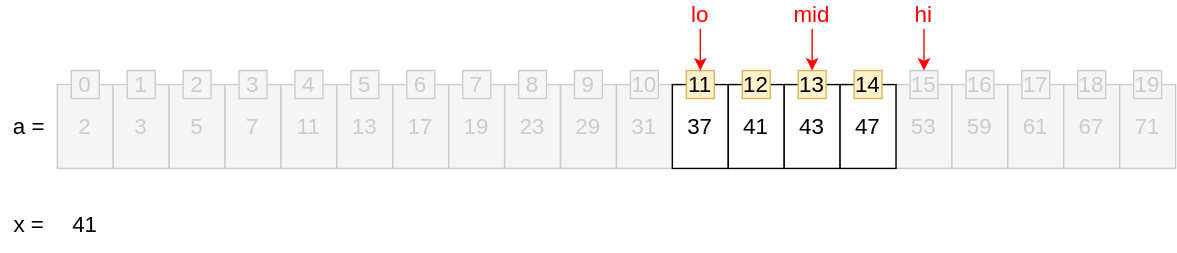
Before: img/algorithm/algorithm-1081-01-01-06.svg, a diagram exported from draw.io (zininote/zininote.github.io-old-). Source tidied: cells renumbered, new cells last; positions are measured from the earlier drawing's top-left corner, leaving out a move shared by most shapes. Source of this version:
```xml
<mxGraphModel>
  <root>
    <mxCell id="0" />
    <mxCell id="1" parent="0" />
    <mxCell id="2" value="2" style="rounded=0;whiteSpace=wrap;html=1;fontSize=16;fillColor=#f5f5f5;strokeColor=#CCCCCC;fontColor=#CCCCCC;" parent="1" vertex="1">
      <mxGeometry x="40" y="60" width="40" height="60" as="geometry" />
    </mxCell>
    <mxCell id="3" value="3" style="rounded=0;whiteSpace=wrap;html=1;fontSize=16;fillColor=#f5f5f5;strokeColor=#CCCCCC;fontColor=#CCCCCC;" parent="1" vertex="1">
      <mxGeometry x="80" y="60" width="40" height="60" as="geometry" />
    </mxCell>
    <mxCell id="4" value="5" style="rounded=0;whiteSpace=wrap;html=1;fontSize=16;fillColor=#f5f5f5;strokeColor=#CCCCCC;fontColor=#CCCCCC;" parent="1" vertex="1">
      <mxGeometry x="120" y="60" width="40" height="60" as="geometry" />
    </mxCell>
    <mxCell id="5" value="7" style="rounded=0;whiteSpace=wrap;html=1;fontSize=16;fillColor=#f5f5f5;strokeColor=#CCCCCC;fontColor=#CCCCCC;" parent="1" vertex="1">
      <mxGeometry x="160" y="60" width="40" height="60" as="geometry" />
    </mxCell>
    <mxCell id="6" value="11" style="rounded=0;whiteSpace=wrap;html=1;fontSize=16;fillColor=#f5f5f5;strokeColor=#CCCCCC;fontColor=#CCCCCC;" parent="1" vertex="1">
      <mxGeometry x="200" y="60" width="40" height="60" as="geometry" />
    </mxCell>
    <mxCell id="7" value="13" style="rounded=0;whiteSpace=wrap;html=1;fontSize=16;fillColor=#f5f5f5;strokeColor=#CCCCCC;fontColor=#CCCCCC;" parent="1" vertex="1">
      <mxGeometry x="240" y="60" width="40" height="60" as="geometry" />
    </mxCell>
    <mxCell id="8" value="17" style="rounded=0;whiteSpace=wrap;html=1;fontSize=16;fillColor=#f5f5f5;strokeColor=#CCCCCC;fontColor=#CCCCCC;" parent="1" vertex="1">
      <mxGeometry x="280" y="60" width="40" height="60" as="geometry" />
    </mxCell>
    <mxCell id="9" value="19" style="rounded=0;whiteSpace=wrap;html=1;fontSize=16;fillColor=#f5f5f5;strokeColor=#CCCCCC;fontColor=#CCCCCC;" parent="1" vertex="1">
      <mxGeometry x="320" y="60" width="40" height="60" as="geometry" />
    </mxCell>
    <mxCell id="10" value="23" style="rounded=0;whiteSpace=wrap;html=1;fontSize=16;fillColor=#f5f5f5;strokeColor=#CCCCCC;fontColor=#CCCCCC;" parent="1" vertex="1">
      <mxGeometry x="360" y="60" width="40" height="60" as="geometry" />
    </mxCell>
    <mxCell id="11" value="29" style="rounded=0;whiteSpace=wrap;html=1;fontSize=16;fillColor=#f5f5f5;strokeColor=#CCCCCC;fontColor=#CCCCCC;" parent="1" vertex="1">
      <mxGeometry x="400" y="60" width="40" height="60" as="geometry" />
    </mxCell>
    <mxCell id="12" value="31" style="rounded=0;whiteSpace=wrap;html=1;fontSize=16;fillColor=#f5f5f5;strokeColor=#CCCCCC;fontColor=#CCCCCC;" parent="1" vertex="1">
      <mxGeometry x="440" y="60" width="40" height="60" as="geometry" />
    </mxCell>
    <mxCell id="13" value="37" style="rounded=0;whiteSpace=wrap;html=1;fontSize=16;" parent="1" vertex="1">
      <mxGeometry x="480" y="60" width="40" height="60" as="geometry" />
    </mxCell>
    <mxCell id="14" value="41" style="rounded=0;whiteSpace=wrap;html=1;fontSize=16;" parent="1" vertex="1">
      <mxGeometry x="520" y="60" width="40" height="60" as="geometry" />
    </mxCell>
    <mxCell id="15" value="43" style="rounded=0;whiteSpace=wrap;html=1;fontSize=16;" parent="1" vertex="1">
      <mxGeometry x="560" y="60" width="40" height="60" as="geometry" />
    </mxCell>
    <mxCell id="16" value="53" style="rounded=0;whiteSpace=wrap;html=1;fontSize=16;fillColor=#f5f5f5;strokeColor=#CCCCCC;fontColor=#CCCCCC;" parent="1" vertex="1">
      <mxGeometry x="640" y="60" width="40" height="60" as="geometry" />
    </mxCell>
    <mxCell id="17" value="59" style="rounded=0;whiteSpace=wrap;html=1;fontSize=16;fillColor=#f5f5f5;strokeColor=#CCCCCC;fontColor=#CCCCCC;" parent="1" vertex="1">
      <mxGeometry x="680" y="60" width="40" height="60" as="geometry" />
    </mxCell>
    <mxCell id="18" value="61" style="rounded=0;whiteSpace=wrap;html=1;fontSize=16;fillColor=#f5f5f5;strokeColor=#CCCCCC;fontColor=#CCCCCC;" parent="1" vertex="1">
      <mxGeometry x="720" y="60" width="40" height="60" as="geometry" />
    </mxCell>
    <mxCell id="19" value="67" style="rounded=0;whiteSpace=wrap;html=1;fontSize=16;fillColor=#f5f5f5;strokeColor=#CCCCCC;fontColor=#CCCCCC;" parent="1" vertex="1">
      <mxGeometry x="760" y="60" width="40" height="60" as="geometry" />
    </mxCell>
    <mxCell id="20" value="71" style="rounded=0;whiteSpace=wrap;html=1;fontSize=16;fillColor=#f5f5f5;strokeColor=#CCCCCC;fontColor=#CCCCCC;" parent="1" vertex="1">
      <mxGeometry x="800" y="60" width="40" height="60" as="geometry" />
    </mxCell>
    <mxCell id="21" value="a =" style="text;html=1;strokeColor=none;fillColor=none;align=center;verticalAlign=middle;whiteSpace=wrap;rounded=0;fontSize=16;" parent="1" vertex="1">
      <mxGeometry y="60" width="40" height="60" as="geometry" />
    </mxCell>
    <mxCell id="22" value="x =" style="text;html=1;strokeColor=none;fillColor=none;align=center;verticalAlign=middle;whiteSpace=wrap;rounded=0;fontSize=16;" parent="1" vertex="1">
      <mxGeometry y="140" width="40" height="40" as="geometry" />
    </mxCell>
    <mxCell id="23" value="41" style="text;html=1;strokeColor=none;fillColor=none;align=center;verticalAlign=middle;whiteSpace=wrap;rounded=0;fontSize=16;" parent="1" vertex="1">
      <mxGeometry x="40" y="140" width="40" height="40" as="geometry" />
    </mxCell>
    <mxCell id="24" value="&lt;span style=&quot;font-size: 16px&quot;&gt;0&lt;/span&gt;" style="text;html=1;fillColor=#f5f5f5;align=center;verticalAlign=middle;whiteSpace=wrap;rounded=0;strokeColor=#CCCCCC;fontColor=#CCCCCC;" parent="1" vertex="1">
      <mxGeometry x="50" y="50" width="20" height="20" as="geometry" />
    </mxCell>
    <mxCell id="25" value="&lt;span style=&quot;font-size: 16px&quot;&gt;1&lt;/span&gt;" style="text;html=1;fillColor=#f5f5f5;align=center;verticalAlign=middle;whiteSpace=wrap;rounded=0;strokeColor=#CCCCCC;fontColor=#CCCCCC;" parent="1" vertex="1">
      <mxGeometry x="90" y="50" width="20" height="20" as="geometry" />
    </mxCell>
    <mxCell id="26" value="&lt;span style=&quot;font-size: 16px&quot;&gt;2&lt;/span&gt;" style="text;html=1;fillColor=#f5f5f5;align=center;verticalAlign=middle;whiteSpace=wrap;rounded=0;strokeColor=#CCCCCC;fontColor=#CCCCCC;" parent="1" vertex="1">
      <mxGeometry x="130" y="50" width="20" height="20" as="geometry" />
    </mxCell>
    <mxCell id="27" value="&lt;span style=&quot;font-size: 16px&quot;&gt;3&lt;/span&gt;" style="text;html=1;fillColor=#f5f5f5;align=center;verticalAlign=middle;whiteSpace=wrap;rounded=0;strokeColor=#CCCCCC;fontColor=#CCCCCC;" parent="1" vertex="1">
      <mxGeometry x="170" y="50" width="20" height="20" as="geometry" />
    </mxCell>
    <mxCell id="28" value="&lt;span style=&quot;font-size: 16px&quot;&gt;4&lt;/span&gt;" style="text;html=1;fillColor=#f5f5f5;align=center;verticalAlign=middle;whiteSpace=wrap;rounded=0;strokeColor=#CCCCCC;fontColor=#CCCCCC;" parent="1" vertex="1">
      <mxGeometry x="210" y="50" width="20" height="20" as="geometry" />
    </mxCell>
    <mxCell id="29" value="&lt;span style=&quot;font-size: 16px&quot;&gt;5&lt;/span&gt;" style="text;html=1;fillColor=#f5f5f5;align=center;verticalAlign=middle;whiteSpace=wrap;rounded=0;strokeColor=#CCCCCC;fontColor=#CCCCCC;" parent="1" vertex="1">
      <mxGeometry x="250" y="50" width="20" height="20" as="geometry" />
    </mxCell>
    <mxCell id="30" value="&lt;span style=&quot;font-size: 16px&quot;&gt;6&lt;/span&gt;" style="text;html=1;fillColor=#f5f5f5;align=center;verticalAlign=middle;whiteSpace=wrap;rounded=0;strokeColor=#CCCCCC;fontColor=#CCCCCC;" parent="1" vertex="1">
      <mxGeometry x="290" y="50" width="20" height="20" as="geometry" />
    </mxCell>
    <mxCell id="31" value="&lt;span style=&quot;font-size: 16px&quot;&gt;7&lt;/span&gt;" style="text;html=1;fillColor=#f5f5f5;align=center;verticalAlign=middle;whiteSpace=wrap;rounded=0;strokeColor=#CCCCCC;fontColor=#CCCCCC;" parent="1" vertex="1">
      <mxGeometry x="330" y="50" width="20" height="20" as="geometry" />
    </mxCell>
    <mxCell id="32" value="&lt;span style=&quot;font-size: 16px&quot;&gt;8&lt;/span&gt;" style="text;html=1;fillColor=#f5f5f5;align=center;verticalAlign=middle;whiteSpace=wrap;rounded=0;strokeColor=#CCCCCC;fontColor=#CCCCCC;" parent="1" vertex="1">
      <mxGeometry x="370" y="50" width="20" height="20" as="geometry" />
    </mxCell>
    <mxCell id="33" value="&lt;span style=&quot;font-size: 16px&quot;&gt;9&lt;/span&gt;" style="text;html=1;fillColor=#f5f5f5;align=center;verticalAlign=middle;whiteSpace=wrap;rounded=0;strokeColor=#CCCCCC;fontColor=#CCCCCC;" parent="1" vertex="1">
      <mxGeometry x="410" y="50" width="20" height="20" as="geometry" />
    </mxCell>
    <mxCell id="34" value="&lt;span style=&quot;font-size: 16px&quot;&gt;10&lt;/span&gt;" style="text;html=1;fillColor=#f5f5f5;align=center;verticalAlign=middle;whiteSpace=wrap;rounded=0;strokeColor=#CCCCCC;fontColor=#CCCCCC;" parent="1" vertex="1">
      <mxGeometry x="450" y="50" width="20" height="20" as="geometry" />
    </mxCell>
    <mxCell id="35" value="&lt;span style=&quot;font-size: 16px&quot;&gt;11&lt;/span&gt;" style="text;html=1;strokeColor=#d6b656;fillColor=#fff2cc;align=center;verticalAlign=middle;whiteSpace=wrap;rounded=0;" parent="1" vertex="1">
      <mxGeometry x="490" y="50" width="20" height="20" as="geometry" />
    </mxCell>
    <mxCell id="36" value="&lt;span style=&quot;font-size: 16px&quot;&gt;12&lt;/span&gt;" style="text;html=1;strokeColor=#d6b656;fillColor=#fff2cc;align=center;verticalAlign=middle;whiteSpace=wrap;rounded=0;" parent="1" vertex="1">
      <mxGeometry x="530" y="50" width="20" height="20" as="geometry" />
    </mxCell>
    <mxCell id="37" value="&lt;span style=&quot;font-size: 16px&quot;&gt;13&lt;/span&gt;" style="text;html=1;strokeColor=#d6b656;fillColor=#fff2cc;align=center;verticalAlign=middle;whiteSpace=wrap;rounded=0;" parent="1" vertex="1">
      <mxGeometry x="570" y="50" width="20" height="20" as="geometry" />
    </mxCell>
    <mxCell id="38" value="&lt;span style=&quot;font-size: 16px&quot;&gt;15&lt;/span&gt;" style="text;html=1;fillColor=#f5f5f5;align=center;verticalAlign=middle;whiteSpace=wrap;rounded=0;strokeColor=#CCCCCC;fontColor=#CCCCCC;" parent="1" vertex="1">
      <mxGeometry x="650" y="50" width="20" height="20" as="geometry" />
    </mxCell>
    <mxCell id="39" value="&lt;span style=&quot;font-size: 16px&quot;&gt;16&lt;/span&gt;" style="text;html=1;fillColor=#f5f5f5;align=center;verticalAlign=middle;whiteSpace=wrap;rounded=0;strokeColor=#CCCCCC;fontColor=#CCCCCC;" parent="1" vertex="1">
      <mxGeometry x="690" y="50" width="20" height="20" as="geometry" />
    </mxCell>
    <mxCell id="40" value="&lt;span style=&quot;font-size: 16px&quot;&gt;17&lt;/span&gt;" style="text;html=1;fillColor=#f5f5f5;align=center;verticalAlign=middle;whiteSpace=wrap;rounded=0;strokeColor=#CCCCCC;fontColor=#CCCCCC;" parent="1" vertex="1">
      <mxGeometry x="730" y="50" width="20" height="20" as="geometry" />
    </mxCell>
    <mxCell id="41" value="&lt;span style=&quot;font-size: 16px&quot;&gt;18&lt;/span&gt;" style="text;html=1;fillColor=#f5f5f5;align=center;verticalAlign=middle;whiteSpace=wrap;rounded=0;strokeColor=#CCCCCC;fontColor=#CCCCCC;" parent="1" vertex="1">
      <mxGeometry x="770" y="50" width="20" height="20" as="geometry" />
    </mxCell>
    <mxCell id="42" value="&lt;span style=&quot;font-size: 16px&quot;&gt;19&lt;/span&gt;" style="text;html=1;fillColor=#f5f5f5;align=center;verticalAlign=middle;whiteSpace=wrap;rounded=0;strokeColor=#CCCCCC;fontColor=#CCCCCC;" parent="1" vertex="1">
      <mxGeometry x="810" y="50" width="20" height="20" as="geometry" />
    </mxCell>
    <mxCell id="43" style="edgeStyle=orthogonalEdgeStyle;rounded=0;jettySize=auto;html=1;exitX=0.5;exitY=1;exitDx=0;exitDy=0;entryX=0.5;entryY=0;entryDx=0;entryDy=0;strokeColor=#FF0000;fontSize=16;fontColor=#FF0000;" parent="1" edge="1" source="45" target="35">
      <mxGeometry relative="1" as="geometry" />
    </mxCell>
    <mxCell id="44" style="group;" parent="1" vertex="1">
      <mxGeometry x="480" width="40" height="20" as="geometry" />
    </mxCell>
    <mxCell id="45" value="lo" style="text;html=1;strokeColor=none;fillColor=none;align=center;verticalAlign=middle;whiteSpace=wrap;rounded=0;fontSize=16;fontColor=#FF0000;" parent="44" vertex="1">
      <mxGeometry width="40" height="20" as="geometry" />
    </mxCell>
    <mxCell id="46" style="edgeStyle=orthogonalEdgeStyle;rounded=0;jettySize=auto;html=1;exitX=0.5;exitY=1;exitDx=0;exitDy=0;entryX=0.5;entryY=0;entryDx=0;entryDy=0;fontSize=16;fontColor=#FF0000;strokeColor=#FF0000;" parent="1" edge="1" source="45">
      <mxGeometry relative="1" as="geometry" />
    </mxCell>
    <mxCell id="47" style="edgeStyle=orthogonalEdgeStyle;rounded=0;jettySize=auto;html=1;exitX=0.5;exitY=1;exitDx=0;exitDy=0;strokeColor=#FF0000;fontSize=16;fontColor=#FF0000;" parent="1" edge="1" source="48">
      <mxGeometry relative="1" as="geometry">
        <mxPoint x="660" y="50" as="targetPoint" />
      </mxGeometry>
    </mxCell>
    <mxCell id="48" value="hi" style="text;html=1;strokeColor=none;fillColor=none;align=center;verticalAlign=middle;whiteSpace=wrap;rounded=0;fontSize=16;fontColor=#FF0000;" parent="1" vertex="1">
      <mxGeometry x="640" width="40" height="20" as="geometry" />
    </mxCell>
    <mxCell id="49" value="47" style="rounded=0;whiteSpace=wrap;html=1;fontSize=16;" parent="1" vertex="1">
      <mxGeometry x="600" y="60" width="40" height="60" as="geometry" />
    </mxCell>
    <mxCell id="50" value="&lt;span style=&quot;font-size: 16px&quot;&gt;14&lt;/span&gt;" style="text;html=1;strokeColor=#d6b656;fillColor=#fff2cc;align=center;verticalAlign=middle;whiteSpace=wrap;rounded=0;" parent="1" vertex="1">
      <mxGeometry x="610" y="50" width="20" height="20" as="geometry" />
    </mxCell>
    <mxCell id="51" style="edgeStyle=orthogonalEdgeStyle;rounded=0;jettySize=auto;html=1;exitX=0.5;exitY=1;exitDx=0;exitDy=0;entryX=0.5;entryY=0;entryDx=0;entryDy=0;strokeColor=#FF0000;fontSize=16;fontColor=#CCCCCC;" parent="1" edge="1" source="52" target="37">
      <mxGeometry relative="1" as="geometry" />
    </mxCell>
    <mxCell id="52" value="mid" style="text;html=1;strokeColor=none;fillColor=none;align=center;verticalAlign=middle;whiteSpace=wrap;rounded=0;fontSize=16;fontColor=#FF0000;" parent="1" vertex="1">
      <mxGeometry x="560" width="40" height="20" as="geometry" />
    </mxCell>
  </root>
</mxGraphModel>
```
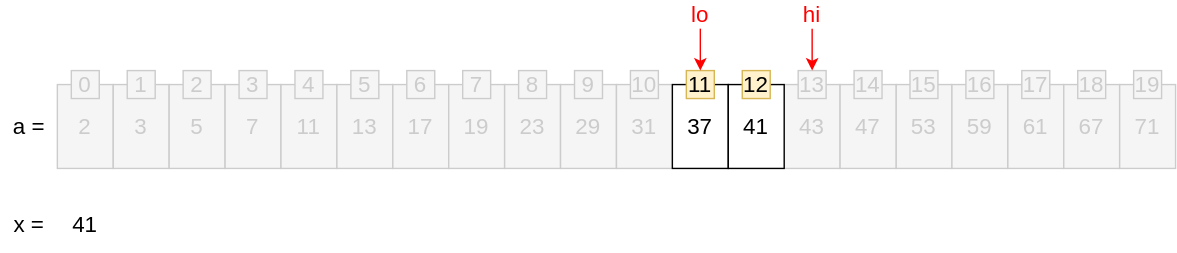
Later version of the same file.

Diff of the diagram source:
```diff
@@ -38,10 +38,7 @@
     <mxCell id="13" value="37" style="rounded=0;whiteSpace=wrap;html=1;fontSize=16;" parent="1" vertex="1">
       <mxGeometry x="480" y="60" width="40" height="60" as="geometry" />
     </mxCell>
-    <mxCell id="14" value="41" style="rounded=0;whiteSpace=wrap;html=1;fontSize=16;" parent="1" vertex="1">
-      <mxGeometry x="520" y="60" width="40" height="60" as="geometry" />
-    </mxCell>
-    <mxCell id="15" value="43" style="rounded=0;whiteSpace=wrap;html=1;fontSize=16;" parent="1" vertex="1">
+    <mxCell id="15" value="43" style="rounded=0;whiteSpace=wrap;html=1;fontSize=16;fillColor=#f5f5f5;strokeColor=#CCCCCC;fontColor=#CCCCCC;" parent="1" vertex="1">
       <mxGeometry x="560" y="60" width="40" height="60" as="geometry" />
     </mxCell>
     <mxCell id="16" value="53" style="rounded=0;whiteSpace=wrap;html=1;fontSize=16;fillColor=#f5f5f5;strokeColor=#CCCCCC;fontColor=#CCCCCC;" parent="1" vertex="1">
@@ -104,10 +101,7 @@
     <mxCell id="35" value="&lt;span style=&quot;font-size: 16px&quot;&gt;11&lt;/span&gt;" style="text;html=1;strokeColor=#d6b656;fillColor=#fff2cc;align=center;verticalAlign=middle;whiteSpace=wrap;rounded=0;" parent="1" vertex="1">
       <mxGeometry x="490" y="50" width="20" height="20" as="geometry" />
     </mxCell>
-    <mxCell id="36" value="&lt;span style=&quot;font-size: 16px&quot;&gt;12&lt;/span&gt;" style="text;html=1;strokeColor=#d6b656;fillColor=#fff2cc;align=center;verticalAlign=middle;whiteSpace=wrap;rounded=0;" parent="1" vertex="1">
-      <mxGeometry x="530" y="50" width="20" height="20" as="geometry" />
-    </mxCell>
-    <mxCell id="37" value="&lt;span style=&quot;font-size: 16px&quot;&gt;13&lt;/span&gt;" style="text;html=1;strokeColor=#d6b656;fillColor=#fff2cc;align=center;verticalAlign=middle;whiteSpace=wrap;rounded=0;" parent="1" vertex="1">
+    <mxCell id="37" value="&lt;span style=&quot;font-size: 16px&quot;&gt;13&lt;/span&gt;" style="text;html=1;fillColor=#f5f5f5;align=center;verticalAlign=middle;whiteSpace=wrap;rounded=0;strokeColor=#CCCCCC;fontColor=#CCCCCC;" parent="1" vertex="1">
       <mxGeometry x="570" y="50" width="20" height="20" as="geometry" />
     </mxCell>
     <mxCell id="38" value="&lt;span style=&quot;font-size: 16px&quot;&gt;15&lt;/span&gt;" style="text;html=1;fillColor=#f5f5f5;align=center;verticalAlign=middle;whiteSpace=wrap;rounded=0;strokeColor=#CCCCCC;fontColor=#CCCCCC;" parent="1" vertex="1">
@@ -137,25 +131,23 @@
     <mxCell id="46" style="edgeStyle=orthogonalEdgeStyle;rounded=0;jettySize=auto;html=1;exitX=0.5;exitY=1;exitDx=0;exitDy=0;entryX=0.5;entryY=0;entryDx=0;entryDy=0;fontSize=16;fontColor=#FF0000;strokeColor=#FF0000;" parent="1" edge="1" source="45">
       <mxGeometry relative="1" as="geometry" />
     </mxCell>
-    <mxCell id="47" style="edgeStyle=orthogonalEdgeStyle;rounded=0;jettySize=auto;html=1;exitX=0.5;exitY=1;exitDx=0;exitDy=0;strokeColor=#FF0000;fontSize=16;fontColor=#FF0000;" parent="1" edge="1" source="48">
-      <mxGeometry relative="1" as="geometry">
-        <mxPoint x="660" y="50" as="targetPoint" />
-      </mxGeometry>
-    </mxCell>
-    <mxCell id="48" value="hi" style="text;html=1;strokeColor=none;fillColor=none;align=center;verticalAlign=middle;whiteSpace=wrap;rounded=0;fontSize=16;fontColor=#FF0000;" parent="1" vertex="1">
-      <mxGeometry x="640" width="40" height="20" as="geometry" />
-    </mxCell>
-    <mxCell id="49" value="47" style="rounded=0;whiteSpace=wrap;html=1;fontSize=16;" parent="1" vertex="1">
+    <mxCell id="49" value="47" style="rounded=0;whiteSpace=wrap;html=1;fontSize=16;fillColor=#f5f5f5;strokeColor=#CCCCCC;fontColor=#CCCCCC;" parent="1" vertex="1">
       <mxGeometry x="600" y="60" width="40" height="60" as="geometry" />
     </mxCell>
-    <mxCell id="50" value="&lt;span style=&quot;font-size: 16px&quot;&gt;14&lt;/span&gt;" style="text;html=1;strokeColor=#d6b656;fillColor=#fff2cc;align=center;verticalAlign=middle;whiteSpace=wrap;rounded=0;" parent="1" vertex="1">
+    <mxCell id="50" value="&lt;span style=&quot;font-size: 16px&quot;&gt;14&lt;/span&gt;" style="text;html=1;fillColor=#f5f5f5;align=center;verticalAlign=middle;whiteSpace=wrap;rounded=0;strokeColor=#CCCCCC;fontColor=#CCCCCC;" parent="1" vertex="1">
       <mxGeometry x="610" y="50" width="20" height="20" as="geometry" />
     </mxCell>
     <mxCell id="51" style="edgeStyle=orthogonalEdgeStyle;rounded=0;jettySize=auto;html=1;exitX=0.5;exitY=1;exitDx=0;exitDy=0;entryX=0.5;entryY=0;entryDx=0;entryDy=0;strokeColor=#FF0000;fontSize=16;fontColor=#CCCCCC;" parent="1" edge="1" source="52" target="37">
       <mxGeometry relative="1" as="geometry" />
     </mxCell>
-    <mxCell id="52" value="mid" style="text;html=1;strokeColor=none;fillColor=none;align=center;verticalAlign=middle;whiteSpace=wrap;rounded=0;fontSize=16;fontColor=#FF0000;" parent="1" vertex="1">
+    <mxCell id="52" value="hi" style="text;html=1;strokeColor=none;fillColor=none;align=center;verticalAlign=middle;whiteSpace=wrap;rounded=0;fontSize=16;fontColor=#FF0000;" parent="1" vertex="1">
       <mxGeometry x="560" width="40" height="20" as="geometry" />
     </mxCell>
+    <mxCell id="14" value="41" style="rounded=0;whiteSpace=wrap;html=1;fontSize=16;" parent="1" vertex="1">
+      <mxGeometry x="520" y="60" width="40" height="60" as="geometry" />
+    </mxCell>
+    <mxCell id="36" value="&lt;span style=&quot;font-size: 16px&quot;&gt;12&lt;/span&gt;" style="text;html=1;strokeColor=#d6b656;fillColor=#fff2cc;align=center;verticalAlign=middle;whiteSpace=wrap;rounded=0;" parent="1" vertex="1">
+      <mxGeometry x="530" y="50" width="20" height="20" as="geometry" />
+    </mxCell>
   </root>
 </mxGraphModel>
```
